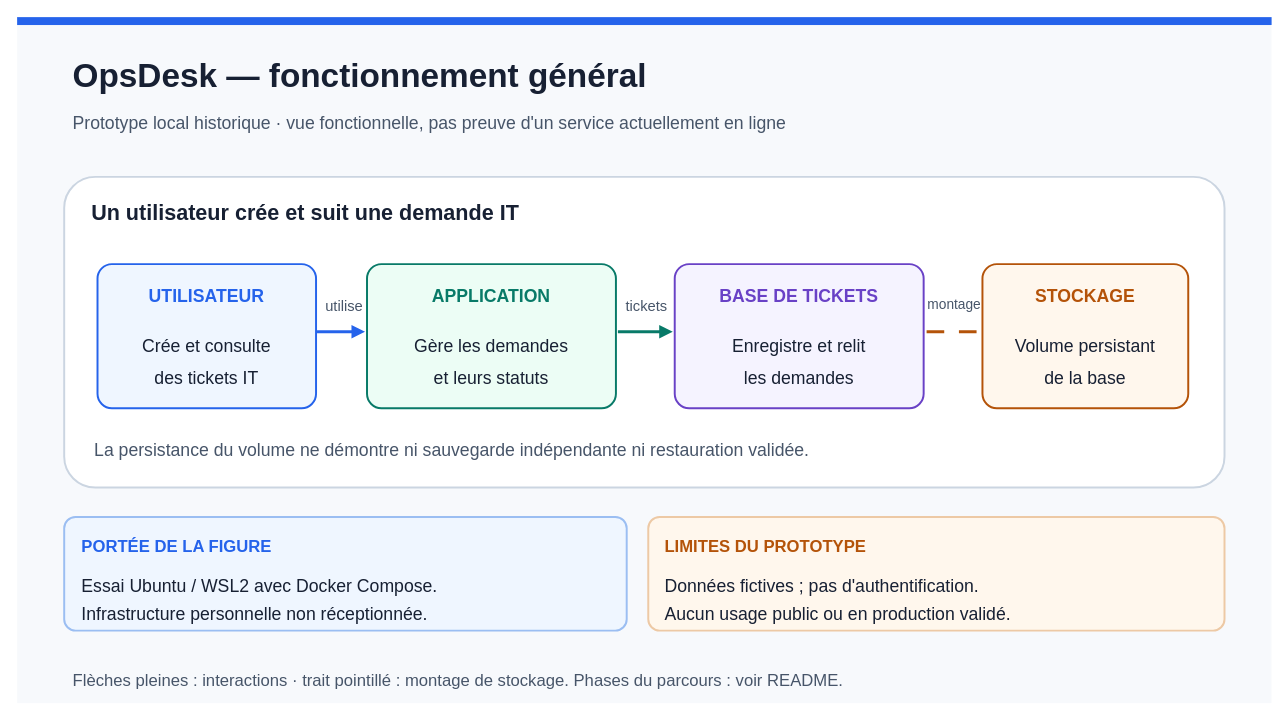
Earlier version of the draw.io diagram docs/diagrams/presentation.drawio (mathiasseguincadiche/OpsDesk). Source tidied: cells renumbered, new cells numbered last; positions are measured from the earlier drawing's top-left corner, leaving out a move shared by most shapes. Both pictures are drawn from the tidied source at 98%, with x=0, y=0 at pixel (17, 17).
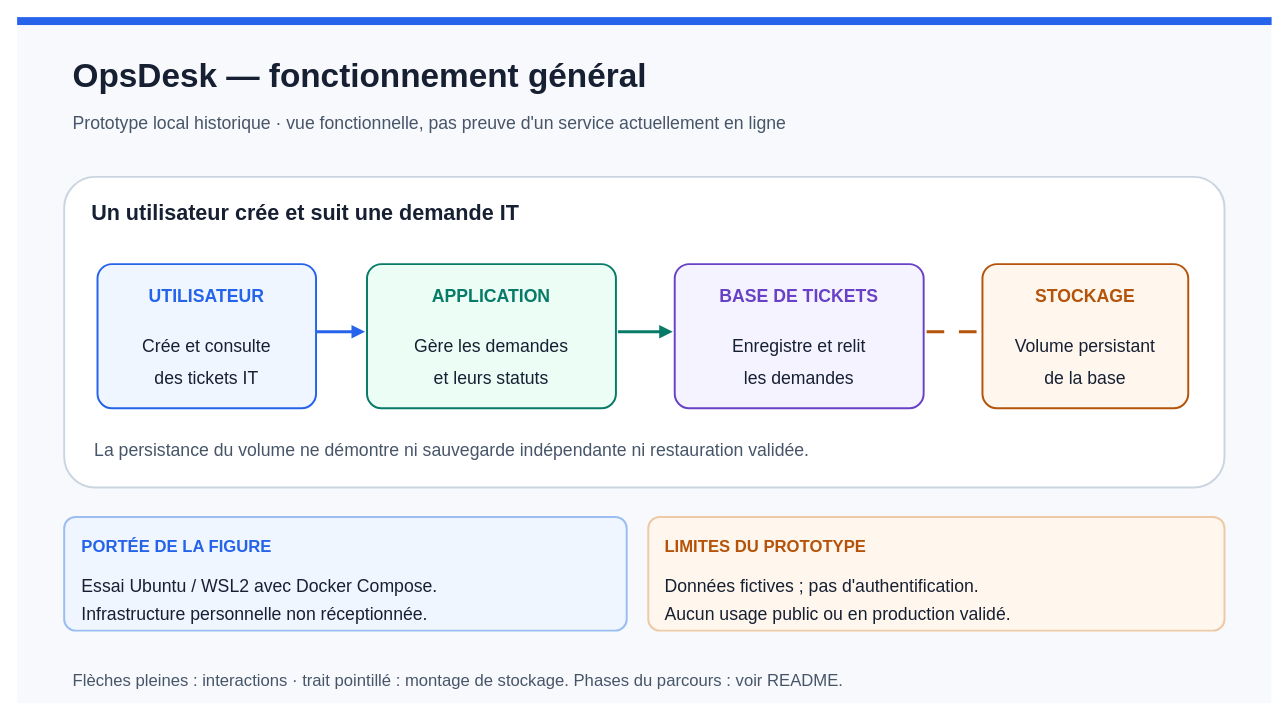
The same diagram, later.

Commit message:
docs(diagrams): supprimer les mini-libellés illisibles à largeur réduite

What changed in the source:
```diff
@@
-    <mxCell id="29" value="utilise" style="text;html=0;whiteSpace=wrap;align=center;verticalAlign=middle;fillColor=none;strokeColor=none;fontFamily=Arial;fontSize=15;fontColor=#475569;fontStyle=0;spacing=0;" parent="1" vertex="1">
-      <mxGeometry x="311" y="280" width="46" height="27" as="geometry" />
-    </mxCell>
-    <mxCell id="30" value="tickets" style="text;html=0;whiteSpace=wrap;align=center;verticalAlign=middle;fillColor=none;strokeColor=none;fontFamily=Arial;fontSize=15;fontColor=#475569;fontStyle=0;spacing=0;" parent="1" vertex="1">
-      <mxGeometry x="618" y="280" width="49" height="27" as="geometry" />
-    </mxCell>
-    <mxCell id="31" value="montage" style="text;html=0;whiteSpace=wrap;align=center;verticalAlign=middle;fillColor=none;strokeColor=none;fontFamily=Arial;fontSize=14;fontColor=#475569;fontStyle=0;spacing=0;" parent="1" vertex="1">
-      <mxGeometry x="929" y="280" width="55" height="26" as="geometry" />
-    </mxCell>
```
